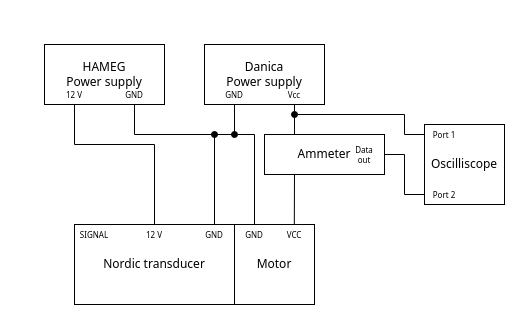
Above: 04 Prototype udvikling/2 akset rotation/04 Test af motor/Motor parameter test/Motor paramenter test øverste motor.drawio in Scramtv/ESD_P5 (draw.io), before the change. Source tidied: cells renumbered, new cells numbered last; positions are measured from the earlier drawing's top-left corner, leaving out a move shared by most shapes. Both pictures are drawn from the tidied source at 100%, with x=0, y=0 at pixel (44, 44).
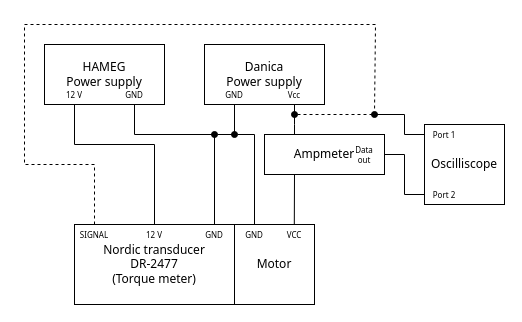
The same page after the edit.

Commit message (it also covers changes not shown here):
Opdatering af motor test parametre

Test diagram viste tidligere blot måling af spændingen til motoren, den er nu opdateret, så den viser vi ENTEN måler spænding eller måler torque

Unchanged cells that the change refers to:
```xml
<mxCell id="8" value="Vcc" style="text;html=1;align=center;verticalAlign=middle;whiteSpace=wrap;rounded=0;fontFamily=Tahoma;fontSize=8;" parent="1" vertex="1">
  <mxGeometry x="220" y="40" width="60" height="20" as="geometry" />
</mxCell>
<mxCell id="12" value="SIGNAL" style="text;html=1;align=center;verticalAlign=middle;whiteSpace=wrap;rounded=0;fontFamily=Tahoma;fontSize=8;" parent="1" vertex="1">
  <mxGeometry x="30" y="180" width="40" height="20" as="geometry" />
</mxCell>
<mxCell id="21" value="Port 1" style="text;html=1;align=center;verticalAlign=middle;whiteSpace=wrap;rounded=0;fontFamily=Tahoma;fontSize=8;" parent="1" vertex="1">
  <mxGeometry x="380" y="80" width="40" height="20" as="geometry" />
</mxCell>
```

The edit, as a diff of the source:
```diff
@@
-    <mxCell id="4" value="Nordic transducer" style="rounded=0;whiteSpace=wrap;html=1;fontFamily=Tahoma;" parent="1" vertex="1">
+    <mxCell id="4" value="Nordic transducer&lt;br&gt;DR-2477&lt;br&gt;(Torque meter)" style="rounded=0;whiteSpace=wrap;html=1;fontFamily=Tahoma;" parent="1" vertex="1">
       <mxGeometry x="30" y="180" width="160" height="80" as="geometry" />
     </mxCell>
@@
+    <mxCell id="28" style="edgeStyle=orthogonalEdgeStyle;rounded=0;jettySize=auto;html=1;exitX=0.5;exitY=0;exitDx=0;exitDy=0;endArrow=oval;endFill=1;dashed=1;" parent="1" edge="1" source="12">
+      <mxGeometry relative="1" as="geometry">
+        <mxPoint x="330" y="70" as="targetPoint" />
+        <Array as="points">
+          <mxPoint x="50" y="120" />
+          <mxPoint x="-20" y="120" />
+          <mxPoint x="-20" y="-20" />
+          <mxPoint x="331" y="-20" />
+          <mxPoint x="331" y="70" />
+        </Array>
+      </mxGeometry>
+    </mxCell>
@@
     <mxCell id="19" style="endArrow=none;html=1;rounded=0;exitX=0.25;exitY=0;exitDx=0;exitDy=0;entryX=0.5;entryY=1;entryDx=0;entryDy=0;" parent="1" edge="1" source="23" target="8">
-      <mxGeometry relative="1" as="geometry" />
+      <mxGeometry relative="1" as="geometry">
+        <Array as="points">
+          <mxPoint x="250" y="80" />
+        </Array>
+      </mxGeometry>
     </mxCell>
@@
-    <mxCell id="22" style="endArrow=oval;html=1;rounded=0;exitX=0;exitY=0.5;exitDx=0;exitDy=0;endFill=1;" parent="1" edge="1" source="21">
+    <mxCell id="22" style="endArrow=none;html=1;rounded=0;exitX=0;exitY=0.5;exitDx=0;exitDy=0;endFill=1;startFill=0;" parent="1" edge="1" source="21">
       <mxGeometry relative="1" as="geometry">
-        <mxPoint x="250" y="70" as="targetPoint" />
+        <mxPoint x="330" y="70" as="targetPoint" />
         <Array as="points">
           <mxPoint x="360" y="90" />
           <mxPoint x="360" y="70" />
         </Array>
       </mxGeometry>
     </mxCell>
-    <mxCell id="23" value="&lt;font&gt;Ammeter&lt;/font&gt;" style="rounded=0;whiteSpace=wrap;html=1;fontFamily=Tahoma;" parent="1" vertex="1">
+    <mxCell id="23" value="&lt;font&gt;Ampmeter&lt;/font&gt;" style="rounded=0;whiteSpace=wrap;html=1;fontFamily=Tahoma;" parent="1" vertex="1">
       <mxGeometry x="220" y="90" width="120" height="40" as="geometry" />
     </mxCell>
@@
+    <mxCell id="29" style="endArrow=none;html=1;rounded=0;dashed=1;startArrow=oval;startFill=1;" parent="1" edge="1">
+      <mxGeometry relative="1" as="geometry">
+        <mxPoint x="250" y="70" as="sourcePoint" />
+        <mxPoint x="330" y="70" as="targetPoint" />
+      </mxGeometry>
+    </mxCell>
```
